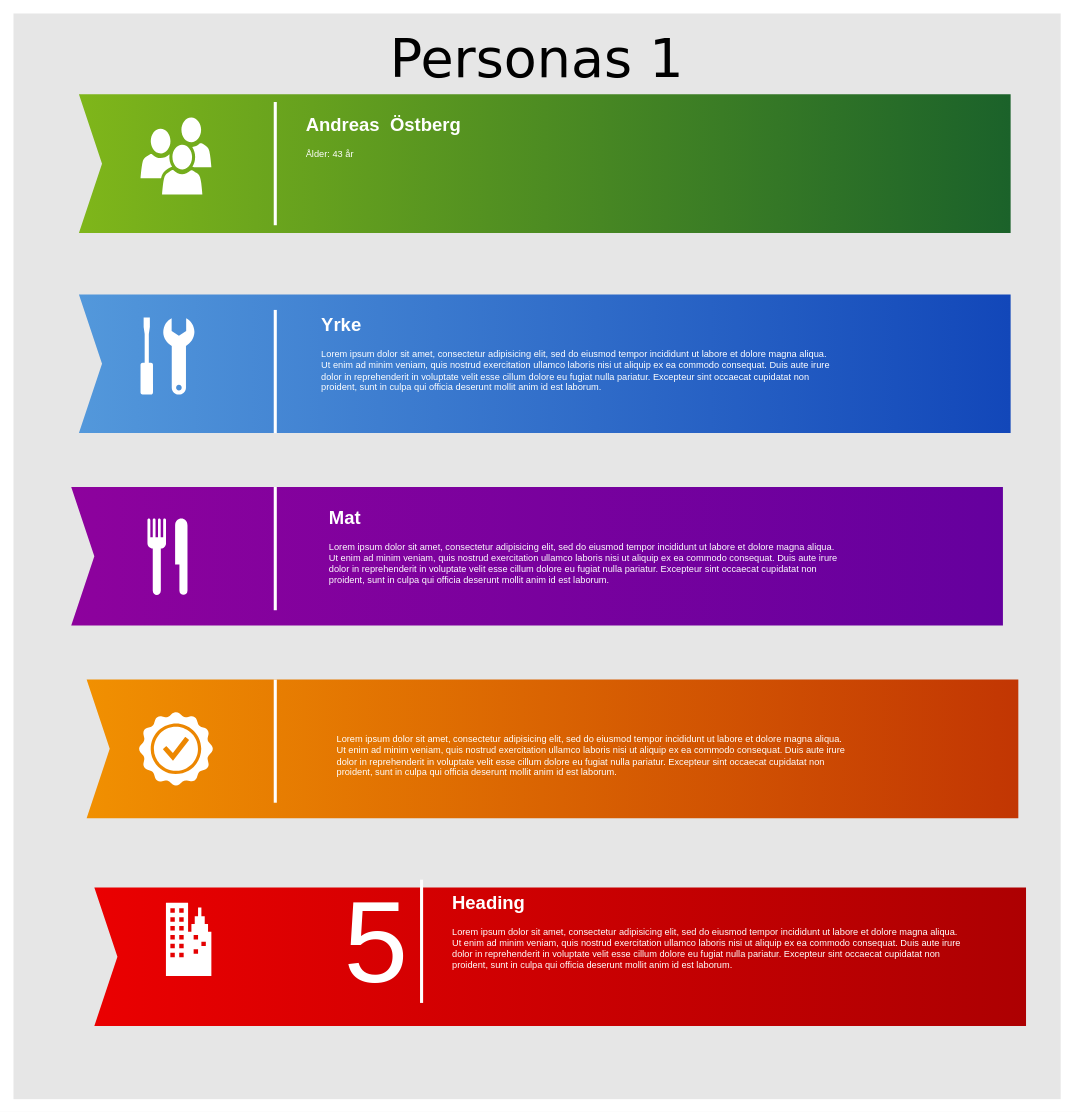
This is gränsnittdesign/assignment/personas1.drawio from samthe0908/web-2108, a draw.io file, before an edit. Source tidied: cells renumbered, new cells numbered last; positions are measured from the earlier drawing's top-left corner, leaving out a move shared by most shapes. Both pictures are drawn from the tidied source at 77%, with x=0, y=0 at pixel (13, 13).
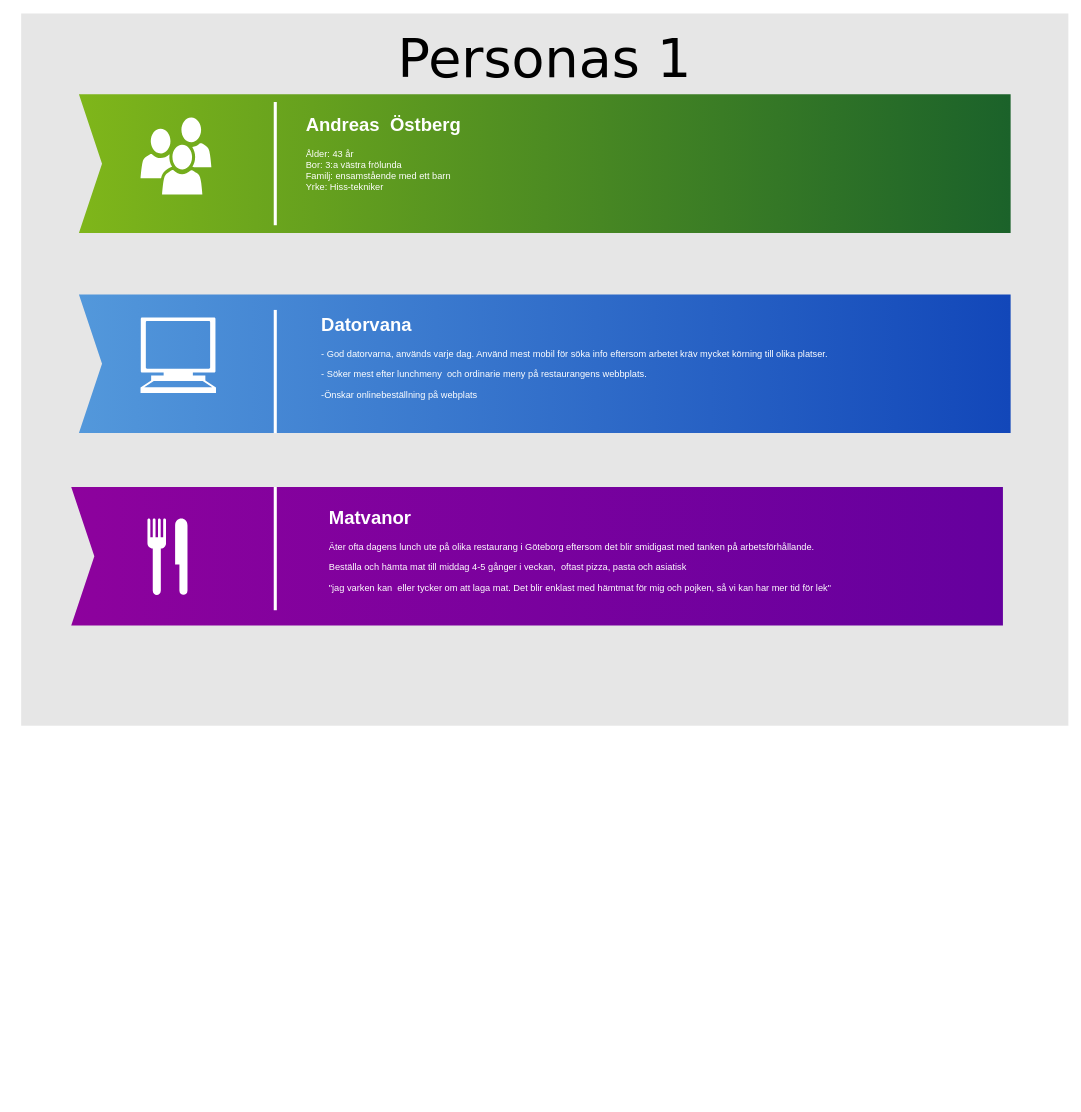
After the change.

The edit, as a diff of the source:
```diff
@@
     <mxCell id="2" value="Personas 1" style="whiteSpace=wrap;html=1;rounded=0;shadow=0;dashed=0;strokeWidth=1;fillColor=#E6E6E6;fontFamily=Verdana;fontSize=70;strokeColor=none;verticalAlign=top;spacingTop=10;" parent="1" vertex="1">
-      <mxGeometry width="1360" height="1410" as="geometry" />
+      <mxGeometry x="10" width="1360" height="925" as="geometry" />
     </mxCell>
@@
-    <mxCell id="6" style="html=1;shadow=0;dashed=0;align=center;verticalAlign=middle;shape=mxgraph.arrows2.arrow;dy=0;dx=0;notch=30;rounded=0;strokeColor=none;strokeWidth=1;fillColor=#F19001;fontFamily=Tahoma;fontSize=10;fontColor=#FFFFFF;gradientColor=#C23603;gradientDirection=east;" parent="1" vertex="1">
-      <mxGeometry x="95" y="865" width="1210" height="180" as="geometry" />
-    </mxCell>
-    <mxCell id="7" style="html=1;shadow=0;dashed=0;align=center;verticalAlign=middle;shape=mxgraph.arrows2.arrow;dy=0;dx=0;notch=30;rounded=0;strokeColor=none;strokeWidth=1;fillColor=#EA0001;fontFamily=Tahoma;fontSize=10;fontColor=#FFFFFF;gradientColor=#AD0002;gradientDirection=east;" parent="1" vertex="1">
-      <mxGeometry x="105" y="1135" width="1210" height="180" as="geometry" />
-    </mxCell>
-    <mxCell id="8" value="5" style="text;html=1;strokeColor=none;fillColor=none;align=right;verticalAlign=middle;whiteSpace=wrap;rounded=0;shadow=0;dashed=0;fontFamily=Helvetica;fontSize=150;fontColor=#FFFFFF;" parent="1" vertex="1">
-      <mxGeometry x="315" y="1115" width="200" height="180" as="geometry" />
-    </mxCell>
@@
-    <mxCell id="12" style="line;strokeWidth=4;direction=south;html=1;rounded=0;shadow=0;dashed=0;fillColor=none;gradientColor=#AD0002;fontFamily=Helvetica;fontSize=150;fontColor=#FFFFFF;align=right;strokeColor=#FFFFFF;" parent="1" vertex="1">
-      <mxGeometry x="335" y="865" width="10" height="160" as="geometry" />
-    </mxCell>
-    <mxCell id="13" style="line;strokeWidth=4;direction=south;html=1;rounded=0;shadow=0;dashed=0;fillColor=none;gradientColor=#AD0002;fontFamily=Helvetica;fontSize=150;fontColor=#FFFFFF;align=right;strokeColor=#FFFFFF;" parent="1" vertex="1">
-      <mxGeometry x="525" y="1125" width="10" height="160" as="geometry" />
-    </mxCell>
-    <mxCell id="14" value="&lt;h1&gt;Andreas&amp;nbsp; Östberg&lt;/h1&gt;&lt;div&gt;Ålder: 43 år&lt;/div&gt;&lt;div&gt;&lt;br&gt;&lt;/div&gt;" style="text;html=1;strokeColor=none;fillColor=none;spacing=5;spacingTop=-20;whiteSpace=wrap;overflow=hidden;rounded=0;shadow=0;dashed=0;fontFamily=Helvetica;fontSize=12;fontColor=#FFFFFF;align=left;" parent="1" vertex="1">
+    <mxCell id="14" value="&lt;h1&gt;Andreas&amp;nbsp; Östberg&lt;/h1&gt;&lt;div&gt;Ålder: 43 år&lt;/div&gt;&lt;div&gt;Bor: 3:a västra frölunda&lt;br&gt;&lt;/div&gt;&lt;div&gt;Familj: ensamstående med ett barn&lt;/div&gt;&lt;div&gt;Yrke: Hiss-tekniker&lt;br&gt;&lt;/div&gt;&lt;div&gt;&lt;br&gt;&lt;/div&gt;" style="text;html=1;strokeColor=none;fillColor=none;spacing=5;spacingTop=-20;whiteSpace=wrap;overflow=hidden;rounded=0;shadow=0;dashed=0;fontFamily=Helvetica;fontSize=12;fontColor=#FFFFFF;align=left;" parent="1" vertex="1">
       <mxGeometry x="375" y="125" width="670" height="140" as="geometry" />
     </mxCell>
-    <mxCell id="15" value="&lt;h1&gt;Yrke&lt;br&gt;&lt;/h1&gt;&lt;p&gt;L&lt;span&gt;orem ipsum dolor sit amet, consectetur adipisicing elit, sed do eiusmod tempor incididunt ut labore et dolore magna aliqua. Ut enim ad minim veniam, quis nostrud exercitation ullamco laboris nisi ut aliquip ex ea commodo consequat. Duis aute irure dolor in reprehenderit in voluptate velit esse cillum dolore eu fugiat nulla pariatur. Excepteur sint occaecat cupidatat non proident, sunt in culpa qui officia deserunt mollit anim id est laborum.&lt;/span&gt;&lt;/p&gt;" style="text;html=1;strokeColor=none;fillColor=none;spacing=5;spacingTop=-20;whiteSpace=wrap;overflow=hidden;rounded=0;shadow=0;dashed=0;fontFamily=Helvetica;fontSize=12;fontColor=#FFFFFF;align=left;" parent="1" vertex="1">
-      <mxGeometry x="395" y="385" width="670" height="140" as="geometry" />
+    <mxCell id="15" value="&lt;h1&gt;Datorvana&lt;br&gt;&lt;/h1&gt;&lt;p&gt;- God datorvarna, används varje dag. Använd mest mobil för söka info eftersom arbetet kräv mycket körning till olika platser.&lt;/p&gt;&lt;p&gt;&lt;span&gt;- Söker mest efter lunchmeny&amp;nbsp; och ordinarie meny på restaurangens webbplats. &lt;br&gt;&lt;/span&gt;&lt;/p&gt;&lt;p&gt;&lt;span&gt;-Önskar onlinebeställning på webplats&lt;br&gt;&lt;/span&gt;&lt;/p&gt;&lt;p&gt;&lt;span&gt;&lt;br&gt;&lt;/span&gt;&lt;/p&gt;" style="text;html=1;strokeColor=none;fillColor=none;spacing=5;spacingTop=-20;whiteSpace=wrap;overflow=hidden;rounded=0;shadow=0;dashed=0;fontFamily=Helvetica;fontSize=12;fontColor=#FFFFFF;align=left;" parent="1" vertex="1">
+      <mxGeometry x="395" y="385" width="740" height="140" as="geometry" />
     </mxCell>
-    <mxCell id="16" value="&lt;h1&gt;Mat&lt;/h1&gt;&lt;p&gt;L&lt;span&gt;orem ipsum dolor sit amet, consectetur adipisicing elit, sed do eiusmod tempor incididunt ut labore et dolore magna aliqua. Ut enim ad minim veniam, quis nostrud exercitation ullamco laboris nisi ut aliquip ex ea commodo consequat. Duis aute irure dolor in reprehenderit in voluptate velit esse cillum dolore eu fugiat nulla pariatur. Excepteur sint occaecat cupidatat non proident, sunt in culpa qui officia deserunt mollit anim id est laborum.&lt;/span&gt;&lt;/p&gt;" style="text;html=1;strokeColor=none;fillColor=none;spacing=5;spacingTop=-20;whiteSpace=wrap;overflow=hidden;rounded=0;shadow=0;dashed=0;fontFamily=Helvetica;fontSize=12;fontColor=#FFFFFF;align=left;" parent="1" vertex="1">
-      <mxGeometry x="405" y="635" width="670" height="140" as="geometry" />
+    <mxCell id="16" value="&lt;h1&gt;Matvanor&lt;/h1&gt;&lt;p&gt;Äter ofta dagens lunch ute på olika restaurang i Göteborg eftersom det blir smidigast med tanken på arbetsförhållande.&lt;/p&gt;&lt;p&gt;Beställa och hämta mat till middag 4-5 gånger i veckan,&amp;nbsp; oftast pizza, pasta och asiatisk&lt;/p&gt;&lt;p&gt;&quot;jag varken kan&amp;nbsp; eller tycker om att laga mat. Det blir enklast med hämtmat för mig och pojken, så vi kan har mer tid för lek&quot;&lt;br&gt;&lt;/p&gt;" style="text;html=1;strokeColor=none;fillColor=none;spacing=5;spacingTop=-20;whiteSpace=wrap;overflow=hidden;rounded=0;shadow=0;dashed=0;fontFamily=Helvetica;fontSize=12;fontColor=#FFFFFF;align=left;" parent="1" vertex="1">
+      <mxGeometry x="405" y="635" width="720" height="140" as="geometry" />
     </mxCell>
-    <mxCell id="17" value="&lt;h1&gt;&lt;br&gt;&lt;/h1&gt;&lt;p&gt;L&lt;span&gt;orem ipsum dolor sit amet, consectetur adipisicing elit, sed do eiusmod tempor incididunt ut labore et dolore magna aliqua. Ut enim ad minim veniam, quis nostrud exercitation ullamco laboris nisi ut aliquip ex ea commodo consequat. Duis aute irure dolor in reprehenderit in voluptate velit esse cillum dolore eu fugiat nulla pariatur. Excepteur sint occaecat cupidatat non proident, sunt in culpa qui officia deserunt mollit anim id est laborum.&lt;/span&gt;&lt;/p&gt;" style="text;html=1;strokeColor=none;fillColor=none;spacing=5;spacingTop=-20;whiteSpace=wrap;overflow=hidden;rounded=0;shadow=0;dashed=0;fontFamily=Helvetica;fontSize=12;fontColor=#FFFFFF;align=left;" parent="1" vertex="1">
-      <mxGeometry x="415" y="885" width="670" height="140" as="geometry" />
-    </mxCell>
-    <mxCell id="18" value="&lt;h1&gt;Heading&lt;/h1&gt;&lt;p&gt;L&lt;span&gt;orem ipsum dolor sit amet, consectetur adipisicing elit, sed do eiusmod tempor incididunt ut labore et dolore magna aliqua. Ut enim ad minim veniam, quis nostrud exercitation ullamco laboris nisi ut aliquip ex ea commodo consequat. Duis aute irure dolor in reprehenderit in voluptate velit esse cillum dolore eu fugiat nulla pariatur. Excepteur sint occaecat cupidatat non proident, sunt in culpa qui officia deserunt mollit anim id est laborum.&lt;/span&gt;&lt;/p&gt;" style="text;html=1;strokeColor=none;fillColor=none;spacing=5;spacingTop=-20;whiteSpace=wrap;overflow=hidden;rounded=0;shadow=0;dashed=0;fontFamily=Helvetica;fontSize=12;fontColor=#FFFFFF;align=left;" parent="1" vertex="1">
-      <mxGeometry x="565" y="1135" width="670" height="140" as="geometry" />
-    </mxCell>
@@
-    <mxCell id="20" style="shadow=0;dashed=0;html=1;strokeColor=none;fillColor=#FFFFFF;labelPosition=center;verticalLabelPosition=bottom;verticalAlign=top;shape=mxgraph.office.concepts.best_practices;rounded=0;fontFamily=Helvetica;fontSize=12;fontColor=#FFFFFF;align=left;" parent="1" vertex="1">
-      <mxGeometry x="162.5" y="906.5" width="97" height="97" as="geometry" />
-    </mxCell>
-    <mxCell id="21" style="shadow=0;dashed=0;html=1;strokeColor=none;fillColor=#FFFFFF;labelPosition=center;verticalLabelPosition=bottom;verticalAlign=top;shape=mxgraph.office.concepts.maintenance;rounded=0;fontFamily=Helvetica;fontSize=12;fontColor=#FFFFFF;align=left;" parent="1" vertex="1">
-      <mxGeometry x="165" y="395" width="70" height="100" as="geometry" />
-    </mxCell>
-    <mxCell id="22" style="shadow=0;dashed=0;html=1;strokeColor=none;fillColor=#FFFFFF;labelPosition=center;verticalLabelPosition=bottom;verticalAlign=top;shape=mxgraph.office.concepts.on_premises;rounded=0;fontFamily=Helvetica;fontSize=12;fontColor=#FFFFFF;align=left;" parent="1" vertex="1">
-      <mxGeometry x="198" y="1155" width="59" height="95" as="geometry" />
-    </mxCell>
@@
+    <mxCell id="24" style="shape=mxgraph.signs.tech.computer;html=1;verticalLabelPosition=bottom;verticalAlign=top;align=center;sketch=0;strokeColor=none;" parent="1" vertex="1">
+      <mxGeometry x="165" y="395" width="98" height="98" as="geometry" />
+    </mxCell>
```
